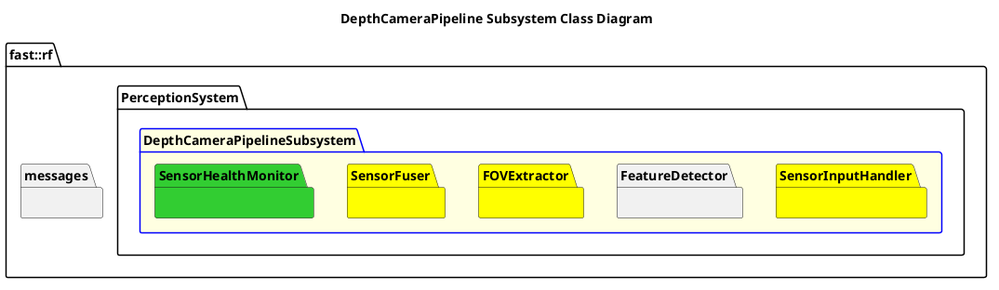
Above: Systems/Perception/Subsystems/DepthCameraPipeline/doc/puml/DepthCameraPipelineSubsystemClassDiagram.png in fastrobotics/robot_framework (PlantUML), before the change.
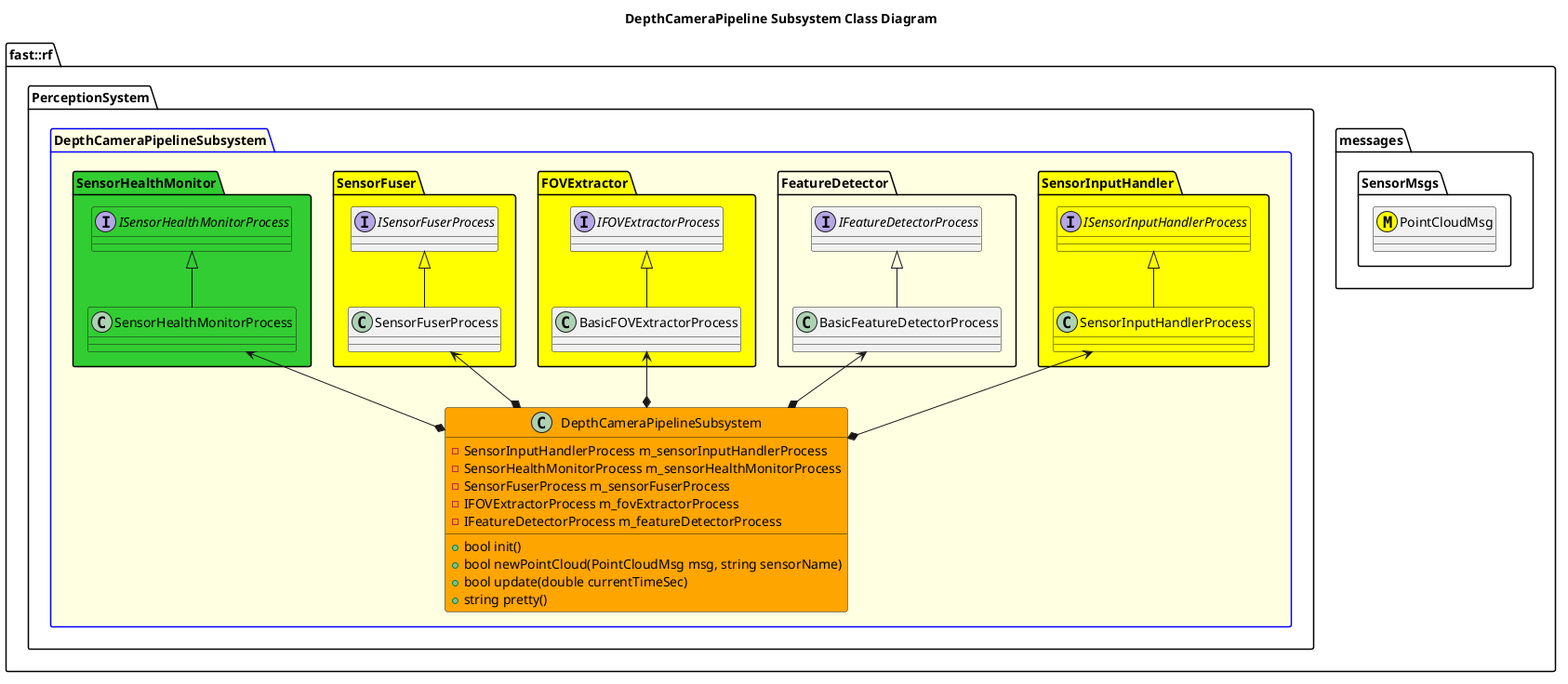
Above is the later version.

The edit, as a diff of the source:
```diff
@@ -2,24 +2,56 @@
 title DepthCameraPipeline Subsystem Class Diagram
 namespace fast::rf {
   namespace messages {
+    namespace SensorMsgs {
+        class PointCloudMsg <<(M,#FFFF00)>>
+    }
   }
   namespace PerceptionSystem {
     package DepthCameraPipelineSubsystem #LightYellow;line:blue {
+
         namespace SensorInputHandler #Yellow {
+            interface ISensorInputHandlerProcess #Yellow
+            class SensorInputHandlerProcess #Yellow
+            SensorInputHandlerProcess -up-|> ISensorInputHandlerProcess
+        }
+        namespace FeatureDetector {
+            interface IFeatureDetectorProcess
+            class BasicFeatureDetectorProcess
+            BasicFeatureDetectorProcess -up-|> IFeatureDetectorProcess
+        }
+        namespace FOVExtractor #Yellow {
+            interface IFOVExtractorProcess
+            class BasicFOVExtractorProcess
+            BasicFOVExtractorProcess -up-|> IFOVExtractorProcess
+        }
+        namespace SensorFuser #Yellow {
+            interface ISensorFuserProcess
+            class SensorFuserProcess
+            SensorFuserProcess -up-|> ISensorFuserProcess
+        }
+        namespace SensorHealthMonitor #LimeGreen {
+            interface ISensorHealthMonitorProcess #LimeGreen
+            class SensorHealthMonitorProcess #LimeGreen
+            SensorHealthMonitorProcess -up-|> ISensorHealthMonitorProcess
 
         }
-        namespace FeatureDetector {
+        class DepthCameraPipelineSubsystem #Orange {
+            +bool init()
+            +bool newPointCloud(PointCloudMsg msg, string sensorName)
+            +bool update(double currentTimeSec)
+            +string pretty()
+            -SensorInputHandlerProcess m_sensorInputHandlerProcess
+            -SensorHealthMonitorProcess m_sensorHealthMonitorProcess
+            -SensorFuserProcess m_sensorFuserProcess
+            -IFOVExtractorProcess m_fovExtractorProcess
+            -IFeatureDetectorProcess m_featureDetectorProcess
 
         }
-        namespace FOVExtractor #Yellow {
-
-        }
-        namespace SensorFuser #Yellow {
-
-        }
-        namespace SensorHealthMonitor #LimeGreen {
-
-        }
+        DepthCameraPipelineSubsystem *-up-> SensorInputHandlerProcess
+        DepthCameraPipelineSubsystem *-up-> SensorHealthMonitorProcess
+        DepthCameraPipelineSubsystem *-up-> SensorFuserProcess
+        DepthCameraPipelineSubsystem *-up-> BasicFOVExtractorProcess
+        DepthCameraPipelineSubsystem *-up-> BasicFeatureDetectorProcess
     }
   }
 }
```
